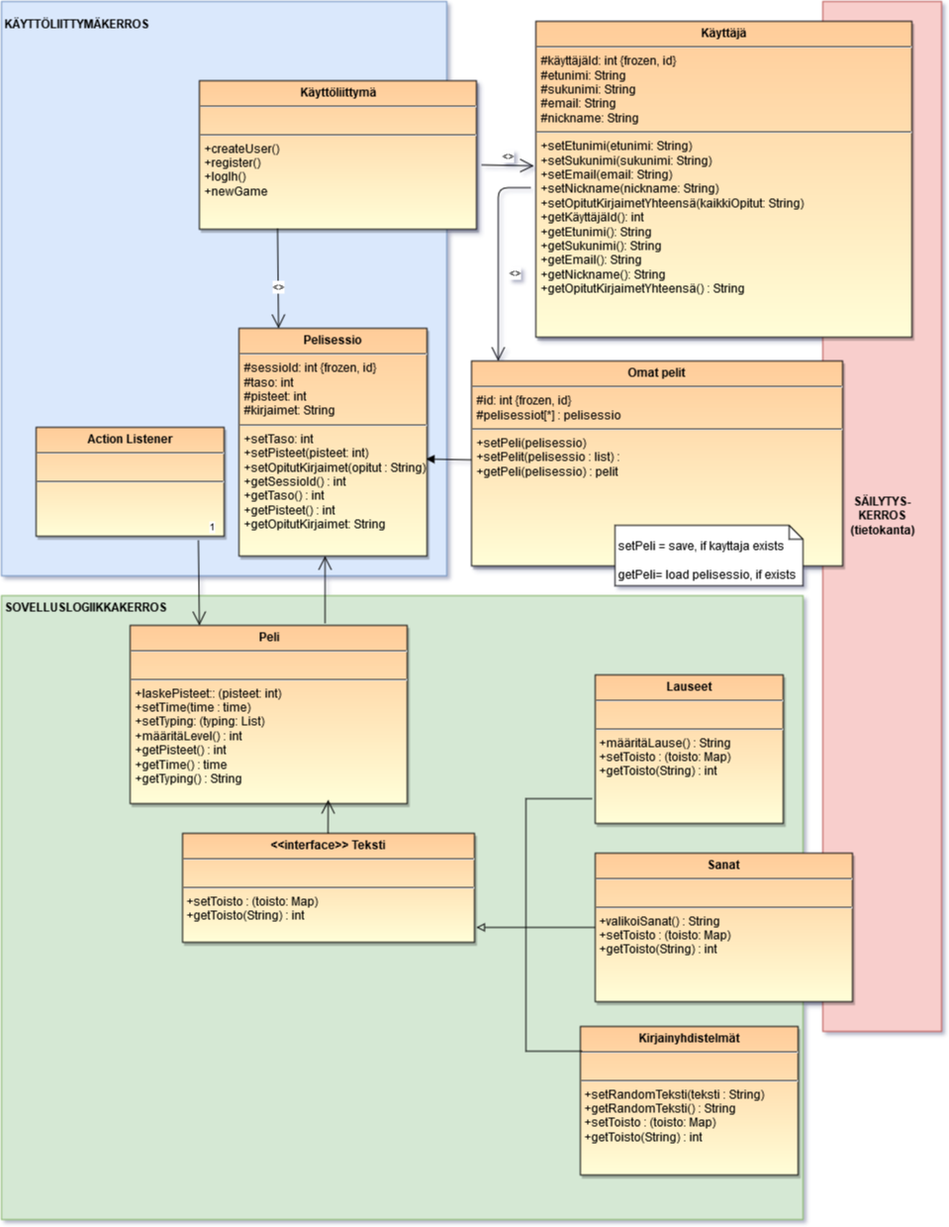
MelDv/TypeTutor keeps this draw.io diagram as dokumentaatio/luokkakaavio.png. Above is the earlier version. Source tidied: cells renumbered, new cells last; positions are measured from the earlier drawing's top-left corner, leaving out a move shared by most shapes.
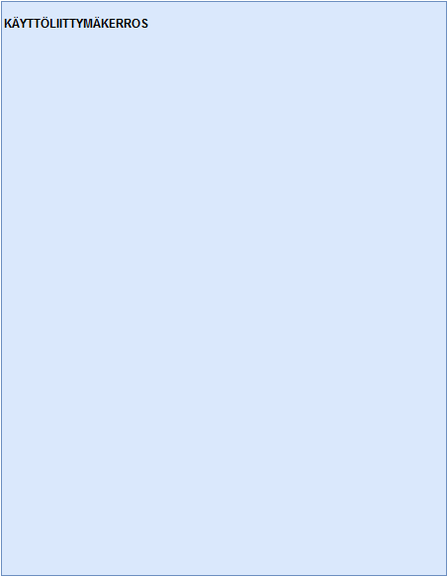
After the commit.

Commit message:
luokkakaavion ja tuntikirjanpidon päivitys

What changed in the source:
```diff
@@ -1,129 +1,9 @@
 <mxGraphModel background="#ffffff">
   <root>
-    <mxCell id="0" style="html=1;" />
+    <mxCell id="0" />
-    <mxCell id="1" style="html=1;" parent="0" />
+    <mxCell id="1" parent="0" />
     <mxCell id="2" value="&lt;div align=&quot;left&quot;&gt;&lt;b&gt;KÄYTTÖLIITTYMÄKERROS&lt;br&gt;&lt;br&gt;&lt;br&gt;&lt;br&gt;&lt;br&gt;&lt;br&gt;&lt;br&gt;&lt;br&gt;&lt;br&gt;&lt;br&gt;&lt;br&gt;&lt;br&gt;&lt;br&gt;&lt;br&gt;&lt;br&gt;&lt;br&gt;&lt;br&gt;&lt;br&gt;&lt;br&gt;&lt;br&gt;&lt;br&gt;&lt;br&gt;&lt;br&gt;&lt;br&gt;&lt;br&gt;&lt;br&gt;&lt;br&gt;&lt;br&gt;&lt;br&gt;&lt;br&gt;&lt;br&gt;&lt;br&gt;&lt;br&gt;&lt;br&gt;&lt;br&gt;&lt;br&gt;&lt;br&gt;&lt;br&gt;&lt;/b&gt;&lt;/div&gt;" style="whiteSpace=wrap;html=1;fillColor=#dae8fc;strokeColor=#6c8ebf;align=left;" parent="1" vertex="1">
       <mxGeometry width="450" height="580" as="geometry" />
     </mxCell>
-    <mxCell id="3" value="&lt;div align=&quot;center&quot;&gt;&lt;b&gt;SÄILYTYS-&lt;br&gt;&lt;/b&gt;&lt;/div&gt;&lt;b&gt;KERROS&lt;br&gt;(tietokanta)&lt;br&gt;&lt;/b&gt;" style="whiteSpace=wrap;html=1;fillColor=#f8cecc;strokeColor=#b85450;" parent="1" vertex="1">
-      <mxGeometry x="830" width="120" height="1040" as="geometry" />
-    </mxCell>
-    <mxCell id="4" value="&lt;div align=&quot;left&quot;&gt;&lt;div align=&quot;left&quot;&gt;&lt;b&gt;SOVELLUSLOGIIKKAKERROS&lt;/b&gt;&lt;br&gt;&lt;br&gt;&lt;br&gt;&lt;br&gt;&lt;br&gt;&lt;br&gt;&lt;br&gt;&lt;br&gt;&lt;br&gt;&lt;br&gt;&lt;br&gt;&lt;br&gt;&lt;br&gt;&lt;br&gt;&lt;br&gt;&lt;br&gt;&lt;br&gt;&lt;br&gt;&lt;br&gt;&lt;br&gt;&lt;br&gt;&lt;br&gt;&lt;br&gt;&lt;br&gt;&lt;br&gt;&lt;br&gt;&lt;br&gt;&lt;br&gt;&lt;br&gt;&lt;br&gt;&lt;br&gt;&lt;br&gt;&lt;br&gt;&lt;br&gt;&lt;br&gt;&lt;br&gt;&lt;br&gt;&lt;br&gt;&lt;br&gt;&lt;br&gt;&lt;br&gt;&lt;br&gt;&lt;/div&gt;&lt;b&gt;&lt;br&gt;&lt;/b&gt;&lt;/div&gt;" style="whiteSpace=wrap;html=1;fillColor=#d5e8d4;strokeColor=#82b366;align=left;" parent="1" vertex="1">
-      <mxGeometry y="600" width="810" height="630" as="geometry" />
-    </mxCell>
-    <mxCell id="5" value="&lt;p style=&quot;margin: 0px ; margin-top: 4px ; text-align: center&quot;&gt;&lt;strong&gt;Käyttöliittymä&lt;/strong&gt;&lt;/p&gt;&lt;hr&gt;&lt;p style=&quot;margin: 0px ; margin-left: 4px&quot;&gt;&lt;br&gt;&lt;/p&gt;&lt;hr&gt;&lt;p style=&quot;margin: 0px ; margin-left: 4px&quot;&gt;+createUser()&lt;/p&gt;&lt;p style=&quot;margin: 0px ; margin-left: 4px&quot;&gt;+register()&lt;/p&gt;&lt;p style=&quot;margin: 0px ; margin-left: 4px&quot;&gt;+logIh()&lt;/p&gt;&lt;p style=&quot;margin: 0px ; margin-left: 4px&quot;&gt;+newGame&lt;br&gt;&lt;/p&gt;&lt;br&gt;" style="shadow=1;fillColor=#FFCC99;gradientColor=#FFFED8;verticalAlign=top;align=left;overflow=fill;fontSize=12;fontFamily=Helvetica;html=1;" parent="1" vertex="1">
-      <mxGeometry x="200" y="80" width="280" height="150" as="geometry" />
-    </mxCell>
-    <mxCell id="6" value="&lt;p style=&quot;margin: 0px ; margin-top: 4px ; text-align: center&quot;&gt;&lt;strong&gt;Käyttäjä&lt;br&gt;&lt;/strong&gt;&lt;/p&gt;&lt;hr&gt;&lt;p style=&quot;margin: 0px ; margin-left: 4px&quot;&gt;#käyttäjäId: int {frozen, id}&lt;/p&gt;&lt;p style=&quot;margin: 0px ; margin-left: 4px&quot;&gt;#etunimi: String&lt;/p&gt;&lt;p style=&quot;margin: 0px ; margin-left: 4px&quot;&gt;#sukunimi: String&lt;/p&gt;&lt;p style=&quot;margin: 0px ; margin-left: 4px&quot;&gt;#email: String&lt;/p&gt;&lt;p style=&quot;margin: 0px ; margin-left: 4px&quot;&gt;#nickname: String&lt;/p&gt;&lt;hr&gt;&lt;p style=&quot;margin: 0px ; margin-left: 4px&quot;&gt;+setEtunimi(etunimi: String)&lt;/p&gt;&lt;p style=&quot;margin: 0px ; margin-left: 4px&quot;&gt;+setSukunimi(sukunimi: String)&lt;/p&gt;&lt;p style=&quot;margin: 0px ; margin-left: 4px&quot;&gt;+setEmail(email: String)&lt;/p&gt;&lt;p style=&quot;margin: 0px ; margin-left: 4px&quot;&gt;+setNickname(nickname: String)&lt;/p&gt;&lt;p style=&quot;margin: 0px ; margin-left: 4px&quot;&gt;+setOpitutKirjaimetYhteensä(kaikkiOpitut: String)&lt;br&gt;&lt;/p&gt;&lt;p style=&quot;margin: 0px ; margin-left: 4px&quot;&gt;+getKäyttäjäId(): int&lt;br&gt;&lt;/p&gt;&lt;p style=&quot;margin: 0px ; margin-left: 4px&quot;&gt;+getEtunimi(): String&lt;/p&gt;&lt;p style=&quot;margin: 0px ; margin-left: 4px&quot;&gt;+getSukunimi(): String&lt;/p&gt;&lt;p style=&quot;margin: 0px ; margin-left: 4px&quot;&gt;+getEmail(): String&lt;/p&gt;&lt;p style=&quot;margin: 0px ; margin-left: 4px&quot;&gt;+getNickname(): String&lt;/p&gt;&lt;p style=&quot;margin: 0px ; margin-left: 4px&quot;&gt;+getOpitutKirjaimetYhteensä() : String&lt;br&gt;&lt;/p&gt;&lt;p style=&quot;margin: 0px ; margin-left: 4px&quot;&gt;&lt;br&gt;&lt;/p&gt;&lt;p style=&quot;margin: 0px ; margin-left: 4px&quot;&gt;&lt;br&gt;&lt;/p&gt;" style="shadow=1;fillColor=#FFCC99;gradientColor=#FFFED8;verticalAlign=top;align=left;overflow=fill;fontSize=12;fontFamily=Helvetica;html=1;" parent="1" vertex="1">
-      <mxGeometry x="540" y="20" width="380" height="319" as="geometry" />
-    </mxCell>
-    <mxCell id="7" value="&lt;&lt;use&gt;&gt;" style="endArrow=open;endSize=12;startArrow=none;startSize=10;startFill=0;sourcePerimeterSpacing=5;elbow=horizontal;html=1;verticalAlign=bottom;entryX=-0.005;entryY=0.457;entryPerimeter=0;exitX=1.018;exitY=0.564;exitPerimeter=0;" parent="1" edge="1" source="5" target="6">
-      <mxGeometry as="geometry" />
-    </mxCell>
-    <mxCell id="8" value="&lt;&lt;use&gt;&gt;" style="endArrow=open;endSize=12;startArrow=none;startSize=10;startFill=0;edgeStyle=elbowEdgeStyle;sourcePerimeterSpacing=5;elbow=horizontal;html=1;" parent="1" edge="1" target="27">
-      <mxGeometry x="10" y="10" as="geometry">
-        <mxPoint x="535" y="188" as="sourcePoint" />
-        <Array as="points">
-          <mxPoint x="502" y="190" />
-        </Array>
-      </mxGeometry>
-    </mxCell>
-    <mxCell id="9" value="&lt;p style=&quot;margin: 0px ; margin-top: 4px ; text-align: center&quot;&gt;&lt;strong&gt;Peli&lt;/strong&gt;&lt;/p&gt;&lt;hr&gt;&lt;p style=&quot;margin: 0px ; margin-left: 4px&quot;&gt;&lt;br&gt;&lt;/p&gt;&lt;hr&gt;&lt;p style=&quot;margin: 0px ; margin-left: 4px&quot;&gt;+laskePisteet:: (pisteet: int)&lt;/p&gt;&lt;p style=&quot;margin: 0px ; margin-left: 4px&quot;&gt;+setTime(time : time)&lt;/p&gt;&lt;p style=&quot;margin: 0px ; margin-left: 4px&quot;&gt;+setTyping: (typing: List)&lt;br&gt;&lt;/p&gt;&lt;p style=&quot;margin: 0px ; margin-left: 4px&quot;&gt;+määritäLevel() : int&lt;/p&gt;&lt;p style=&quot;margin: 0px ; margin-left: 4px&quot;&gt;+getPisteet() : int&lt;/p&gt;&lt;p style=&quot;margin: 0px ; margin-left: 4px&quot;&gt;+getTime() : time&lt;/p&gt;&lt;p style=&quot;margin: 0px ; margin-left: 4px&quot;&gt;+getTyping() : String&lt;br&gt;&lt;/p&gt;" style="shadow=1;fillColor=#FFCC99;gradientColor=#FFFED8;verticalAlign=top;align=left;overflow=fill;fontSize=12;fontFamily=Helvetica;html=1;" parent="1" vertex="1">
-      <mxGeometry x="130" y="630" width="280" height="180" as="geometry" />
-    </mxCell>
-    <mxCell id="10" style="endArrow=open;endSize=12;startArrow=none;startSize=10;startFill=0;edgeStyle=elbowEdgeStyle;sourcePerimeterSpacing=5;align=right;elbow=horizontal;verticalAlign=top;html=1;entryX=0.459;entryY=1;entryPerimeter=0;" parent="1" edge="1" target="13">
-      <mxGeometry as="geometry">
-        <mxPoint x="327" y="628" as="sourcePoint" />
-        <mxPoint x="-10.5" y="32.5" as="offset" />
-      </mxGeometry>
-    </mxCell>
-    <mxCell id="11" style="align=left;verticalAlign=top;labelBackgroundColor=white;fontSize=10;html=1;" parent="10" vertex="1">
-      <mxGeometry x="-1" relative="1" as="geometry">
-        <mxPoint x="8" y="-25" as="offset" />
-      </mxGeometry>
-    </mxCell>
-    <mxCell id="12" style="edgeStyle=none;rounded=0;html=1;startArrow=block;startFill=1;endArrow=none;endFill=0;jettySize=auto;exitX=0.993;exitY=0.575;exitPerimeter=0;" parent="1" edge="1" source="13" target="27">
-      <mxGeometry relative="1" as="geometry" />
-    </mxCell>
-    <mxCell id="13" value="&lt;p style=&quot;margin: 0px ; margin-top: 4px ; text-align: center&quot;&gt;&lt;strong&gt;Pelisessio&lt;br&gt;&lt;/strong&gt;&lt;/p&gt;&lt;hr&gt;&lt;p style=&quot;margin: 0px ; margin-left: 4px&quot;&gt;#sessioId: int {frozen, id}&lt;/p&gt;&lt;p style=&quot;margin: 0px ; margin-left: 4px&quot;&gt;#taso: int&lt;/p&gt;&lt;p style=&quot;margin: 0px ; margin-left: 4px&quot;&gt;#pisteet: int&lt;/p&gt;&lt;p style=&quot;margin: 0px ; margin-left: 4px&quot;&gt;#kirjaimet: String&lt;br&gt;&lt;/p&gt;&lt;hr&gt;&lt;p style=&quot;margin: 0px ; margin-left: 4px&quot;&gt;+setTaso: int&lt;/p&gt;&lt;p style=&quot;margin: 0px ; margin-left: 4px&quot;&gt;+setPisteet(pisteet: int)&lt;/p&gt;&lt;p style=&quot;margin: 0px ; margin-left: 4px&quot;&gt;+setOpitutKirjaimet(opitut : String)&lt;br&gt;&lt;/p&gt;&lt;p style=&quot;margin: 0px ; margin-left: 4px&quot;&gt;+getSessioId() : int&lt;/p&gt;&lt;p style=&quot;margin: 0px ; margin-left: 4px&quot;&gt;+getTaso() : int&lt;br&gt;&lt;/p&gt;&lt;p style=&quot;margin: 0px ; margin-left: 4px&quot;&gt;+getPisteet() : int&lt;br&gt;&lt;/p&gt;&lt;p style=&quot;margin: 0px ; margin-left: 4px&quot;&gt;+getOpitutKirjaimet: String &lt;br&gt;&lt;/p&gt;&lt;p style=&quot;margin: 0px ; margin-left: 4px&quot;&gt;&lt;br&gt;&lt;/p&gt;&lt;p style=&quot;margin: 0px ; margin-left: 4px&quot;&gt;&lt;br&gt;&lt;/p&gt;" style="shadow=1;fillColor=#FFCC99;gradientColor=#FFFED8;verticalAlign=top;align=left;overflow=fill;fontSize=12;fontFamily=Helvetica;html=1;" parent="1" vertex="1">
-      <mxGeometry x="240" y="330" width="190" height="230" as="geometry" />
-    </mxCell>
-    <mxCell id="14" value="&lt;&lt;use&gt;&gt;" style="endArrow=open;endSize=12;startArrow=none;startSize=10;startFill=0;sourcePerimeterSpacing=5;elbow=horizontal;html=1;entryX=0.211;entryY=0;entryPerimeter=0;exitX=0.283;exitY=0.995;exitPerimeter=0;" parent="1" edge="1" source="5" target="13">
-      <mxGeometry as="geometry">
-        <mxPoint y="10" as="offset" />
-      </mxGeometry>
-    </mxCell>
-    <mxCell id="15" value="&lt;p style=&quot;margin: 0px ; margin-top: 4px ; text-align: center&quot;&gt;&lt;strong&gt;Sanat&lt;br&gt;&lt;/strong&gt;&lt;/p&gt;&lt;hr&gt;&lt;br&gt;&lt;hr&gt;&amp;nbsp;+valikoiSanat() : String&lt;br&gt;&amp;nbsp;+setToisto : (toisto: Map) &lt;br&gt;&amp;nbsp;+getToisto(String) : int" style="shadow=1;fillColor=#FFCC99;gradientColor=#FFFED8;verticalAlign=top;align=left;overflow=fill;fontSize=12;fontFamily=Helvetica;html=1;" parent="1" vertex="1">
-      <mxGeometry x="600" y="860" width="260" height="150" as="geometry" />
-    </mxCell>
-    <mxCell id="16" value="&lt;p style=&quot;margin: 0px ; margin-top: 4px ; text-align: center&quot;&gt;&lt;strong&gt;Kirjainyhdistelmät&lt;br&gt;&lt;/strong&gt;&lt;/p&gt;&lt;hr&gt;&lt;br&gt;&lt;hr&gt;&amp;nbsp;+setRandomTeksti(teksti : String)&lt;br&gt;&amp;nbsp;+getRandomTeksti() : String&lt;br&gt;&amp;nbsp;+setToisto : (toisto: Map) &lt;br&gt;&amp;nbsp;+getToisto(String) : int&lt;br&gt;&lt;p style=&quot;margin: 0px ; margin-left: 4px&quot;&gt;&lt;br&gt;&lt;/p&gt;" style="shadow=1;fillColor=#FFCC99;gradientColor=#FFFED8;verticalAlign=top;align=left;overflow=fill;fontSize=12;fontFamily=Helvetica;html=1;" parent="1" vertex="1">
-      <mxGeometry x="585" y="1035" width="220" height="150" as="geometry" />
-    </mxCell>
-    <mxCell id="17" value="&lt;p style=&quot;margin: 0px ; margin-top: 4px ; text-align: center&quot;&gt;&lt;strong&gt;Lauseet&lt;br&gt;&lt;/strong&gt;&lt;/p&gt;&lt;hr&gt;&lt;br&gt;&lt;hr&gt;&amp;nbsp;+määritäLause() : String&lt;br&gt;&amp;nbsp;+setToisto : (toisto: Map) &lt;br&gt;&amp;nbsp;+getToisto(String) : int&lt;p&gt;&lt;br&gt;&lt;/p&gt;" style="shadow=1;fillColor=#FFCC99;gradientColor=#FFFED8;verticalAlign=top;align=left;overflow=fill;fontSize=12;fontFamily=Helvetica;html=1;" parent="1" vertex="1">
-      <mxGeometry x="600" y="680" width="190" height="150" as="geometry" />
-    </mxCell>
-    <mxCell id="18" value="&lt;p style=&quot;margin: 0px ; margin-top: 4px ; text-align: center&quot;&gt;&lt;strong&gt;Action Listener&lt;br&gt;&lt;/strong&gt;&lt;/p&gt;&lt;hr&gt;&lt;br&gt;&lt;hr&gt;&amp;nbsp;&lt;br&gt;&lt;p style=&quot;margin: 0px ; margin-left: 4px&quot;&gt;&lt;br&gt;&lt;/p&gt;" style="shadow=1;fillColor=#FFCC99;gradientColor=#FFFED8;verticalAlign=top;align=left;overflow=fill;fontSize=12;fontFamily=Helvetica;html=1;" parent="1" vertex="1">
-      <mxGeometry x="35" y="430" width="190" height="110" as="geometry" />
-    </mxCell>
-    <mxCell id="19" value="&lt;p style=&quot;margin: 0px ; margin-top: 4px ; text-align: center&quot;&gt;&lt;strong&gt;&amp;lt;&amp;lt;interface&amp;gt;&amp;gt; Teksti&lt;br&gt;&lt;/strong&gt;&lt;/p&gt;&lt;hr&gt;&lt;br&gt;&lt;hr&gt;&amp;nbsp;+setToisto : (toisto: Map) &lt;br&gt;&amp;nbsp;+getToisto(String) : int&lt;p&gt;&lt;br&gt;&lt;/p&gt;" style="shadow=1;fillColor=#FFCC99;gradientColor=#FFFED8;verticalAlign=top;align=left;overflow=fill;fontSize=12;fontFamily=Helvetica;html=1;" parent="1" vertex="1">
-      <mxGeometry x="183" y="840" width="295" height="110" as="geometry" />
-    </mxCell>
-    <mxCell id="20" style="html=1;verticalAlign=bottom;endArrow=none;edgeStyle=elbowEdgeStyle;elbow=vertical;exitX=-0.016;exitY=0.831;exitPerimeter=0;endFill=0;rounded=0;" parent="1" edge="1" source="17">
-      <mxGeometry relative="1" as="geometry">
-        <mxPoint x="530" y="930" as="targetPoint" />
-        <Array as="points">
-          <mxPoint x="540" y="805" />
-          <mxPoint x="560" y="805" />
-          <mxPoint x="520" y="820" />
-          <mxPoint x="550" y="780" />
-          <mxPoint x="410" y="975" />
-        </Array>
-      </mxGeometry>
-    </mxCell>
-    <mxCell id="21" style="html=1;verticalAlign=bottom;endArrow=none;edgeStyle=elbowEdgeStyle;elbow=vertical;endFill=0;rounded=0;exitX=0.006;exitY=0.174;exitPerimeter=0;" parent="1" edge="1" source="16">
-      <mxGeometry x="30.7" y="1099.5" as="geometry">
-        <mxPoint x="530" y="930" as="targetPoint" />
-        <Array as="points">
-          <mxPoint x="560" y="1060" />
-          <mxPoint x="600" y="970" />
-          <mxPoint x="520" y="940" />
-          <mxPoint x="500" y="1070" />
-        </Array>
-      </mxGeometry>
-    </mxCell>
-    <mxCell id="22" style="html=1;verticalAlign=bottom;endArrow=block;elbow=vertical;endFill=0;exitX=0;exitY=0.5;" parent="1" edge="1" source="15">
-      <mxGeometry x="30.7" y="1099.5" as="geometry">
-        <mxPoint x="480" y="935" as="targetPoint" />
-      </mxGeometry>
-    </mxCell>
-    <mxCell id="23" style="endArrow=open;endSize=12;startArrow=none;startSize=10;startFill=0;sourcePerimeterSpacing=5;align=right;elbow=horizontal;verticalAlign=top;html=1;entryX=0.25;entryY=0;" parent="1" edge="1" target="9">
-      <mxGeometry x="143" y="10" as="geometry">
-        <mxPoint x="199" y="544" as="sourcePoint" />
-        <mxPoint x="-10.5" y="32.5" as="offset" />
-      </mxGeometry>
-    </mxCell>
-    <mxCell id="24" value="1" style="align=left;verticalAlign=top;labelBackgroundColor=white;fontSize=10;html=1;" parent="23" vertex="1">
-      <mxGeometry x="-1" relative="1" as="geometry">
-        <mxPoint x="8" y="-25" as="offset" />
-      </mxGeometry>
-    </mxCell>
-    <mxCell id="25" style="endArrow=open;endSize=12;startArrow=none;startSize=10;startFill=0;sourcePerimeterSpacing=5;align=right;elbow=horizontal;verticalAlign=top;html=1;entryX=0.459;entryY=1;entryPerimeter=0;" parent="1" edge="1">
-      <mxGeometry x="3" y="246" as="geometry">
-        <mxPoint x="330" y="840" as="sourcePoint" />
-        <mxPoint x="330.2" y="806.1" as="targetPoint" />
-        <mxPoint x="-10.5" y="32.5" as="offset" />
-      </mxGeometry>
-    </mxCell>
-    <mxCell id="26" style="align=left;verticalAlign=top;labelBackgroundColor=white;fontSize=10;html=1;" parent="25" vertex="1">
-      <mxGeometry x="-1" relative="1" as="geometry">
-        <mxPoint x="8" y="-25" as="offset" />
-      </mxGeometry>
-    </mxCell>
-    <mxCell id="27" value="&lt;p style=&quot;margin: 0px ; margin-top: 4px ; text-align: center&quot;&gt;&lt;strong&gt;Omat pelit&lt;br&gt;&lt;/strong&gt;&lt;/p&gt;&lt;hr&gt;&lt;p style=&quot;margin: 0px ; margin-left: 4px&quot;&gt;#id: int {frozen, id}&lt;/p&gt;&lt;p style=&quot;margin: 0px ; margin-left: 4px&quot;&gt;#pelisessiot[*] : pelisessio&lt;br&gt;&lt;/p&gt;&lt;hr&gt;&lt;p style=&quot;margin: 0px ; margin-left: 4px&quot;&gt;+setPeli(pelisessio)&lt;/p&gt;&lt;p style=&quot;margin: 0px ; margin-left: 4px&quot;&gt;+setPelit(pelisessio : list) : &lt;br&gt;&lt;/p&gt;&lt;p style=&quot;margin: 0px ; margin-left: 4px&quot;&gt;+getPeli(pelisessio) : pelit&lt;br&gt;&lt;/p&gt;" style="shadow=1;fillColor=#FFCC99;gradientColor=#FFFED8;verticalAlign=top;align=left;overflow=fill;fontSize=12;fontFamily=Helvetica;html=1;" parent="1" vertex="1">
-      <mxGeometry x="475" y="363" width="375" height="207" as="geometry" />
-    </mxCell>
-    <mxCell id="28" value="&lt;br&gt;setPeli = save, if kayttaja exists&lt;br&gt;&lt;br&gt;getPeli= load pelisessio, if exists&lt;br&gt;" style="shape=note;whiteSpace=wrap;html=1;size=14;verticalAlign=top;align=left;spacingTop=-6;" parent="1" vertex="1">
-      <mxGeometry x="620" y="529" width="190" height="61" as="geometry" />
-    </mxCell>
   </root>
 </mxGraphModel>
```
